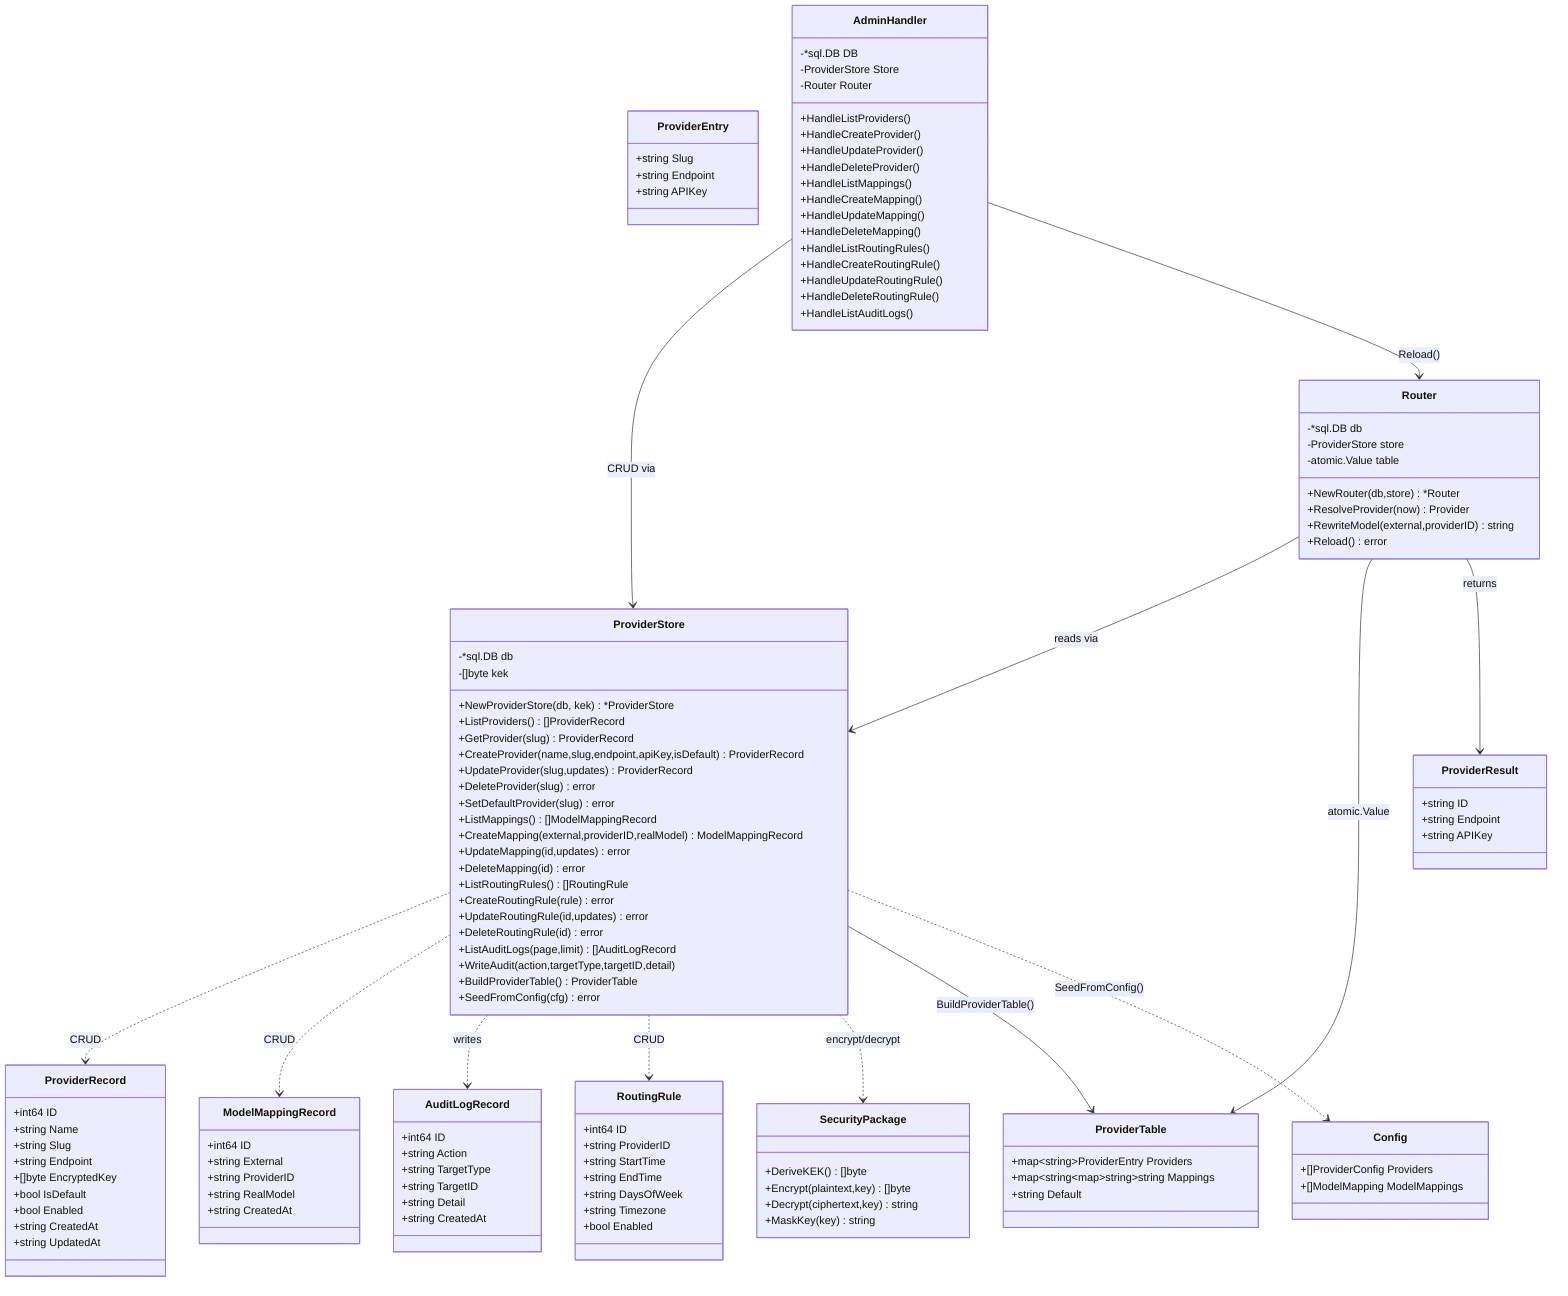
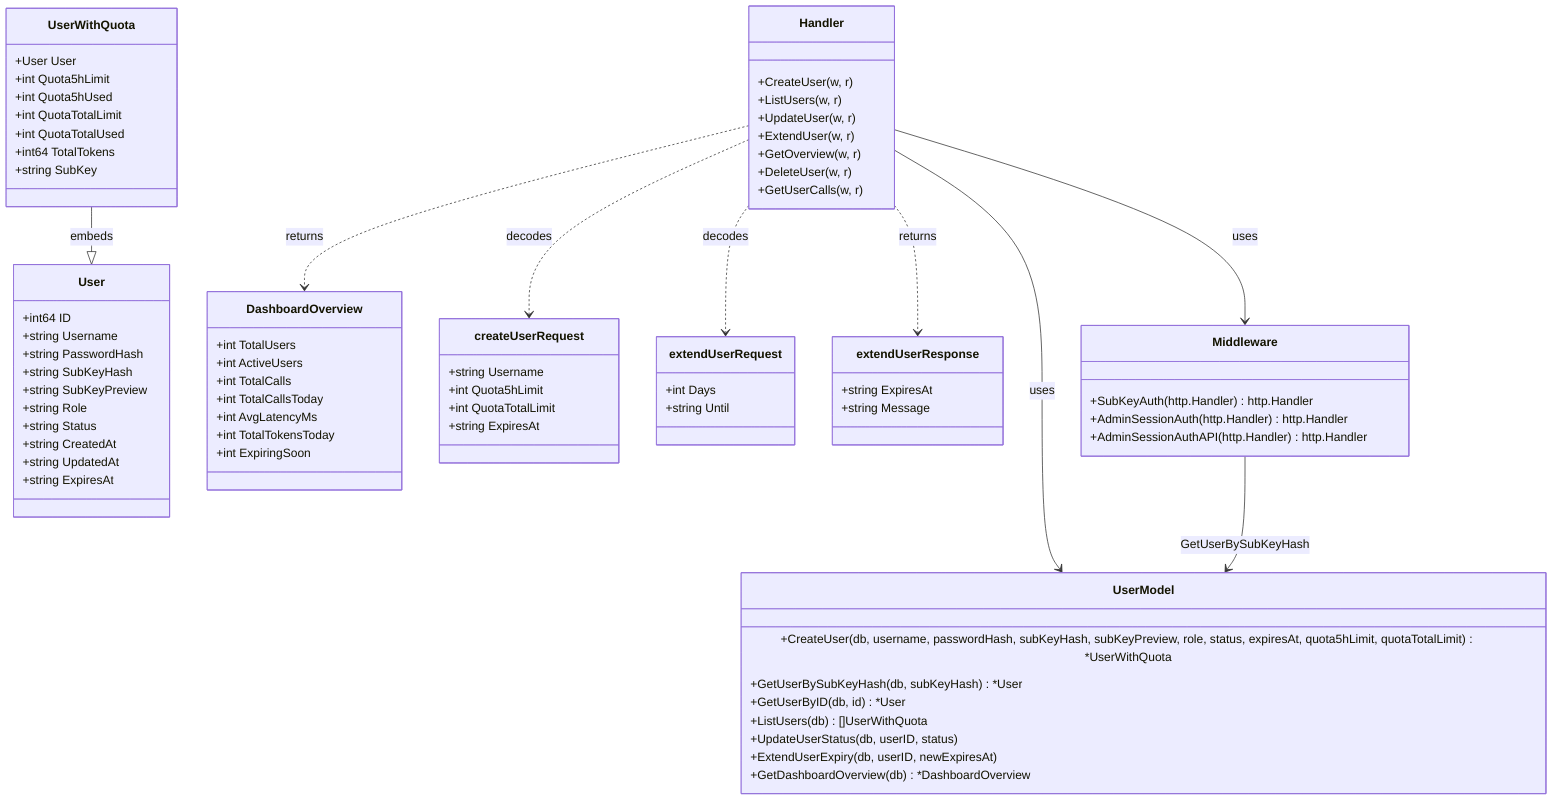
classDiagram
-     direction TB
- 
-     class ProviderRecord {
+     class User {
        +int64 ID
-         +string Name
-         +string Slug
-         +string Endpoint
-         +[]byte EncryptedKey
-         +bool IsDefault
-         +bool Enabled
+         +string Username
+         +string PasswordHash
+         +string SubKeyHash
+         +string SubKeyPreview
+         +string Role
+         +string Status
        +string CreatedAt
        +string UpdatedAt
+         +string ExpiresAt
    }

-     class ModelMappingRecord {
-         +int64 ID
-         +string External
-         +string ProviderID
-         +string RealModel
-         +string CreatedAt
+     class UserWithQuota {
+         +User User
+         +int Quota5hLimit
+         +int Quota5hUsed
+         +int QuotaTotalLimit
+         +int QuotaTotalUsed
+         +int64 TotalTokens
+         +string SubKey
    }

-     class AuditLogRecord {
-         +int64 ID
-         +string Action
-         +string TargetType
-         +string TargetID
-         +string Detail
-         +string CreatedAt
+     class DashboardOverview {
+         +int TotalUsers
+         +int ActiveUsers
+         +int TotalCalls
+         +int TotalCallsToday
+         +int AvgLatencyMs
+         +int TotalTokensToday
+         +int ExpiringSoon
    }

-     class RoutingRule {
-         +int64 ID
-         +string ProviderID
-         +string StartTime
-         +string EndTime
-         +string DaysOfWeek
-         +string Timezone
-         +bool Enabled
+     class createUserRequest {
+         +string Username
+         +int Quota5hLimit
+         +int QuotaTotalLimit
+         +string ExpiresAt
    }

-     class ProviderStore {
-         -*sql.DB db
-         -[]byte kek
-         +NewProviderStore(db, kek) *ProviderStore
-         +ListProviders() []ProviderRecord
-         +GetProvider(slug) ProviderRecord
-         +CreateProvider(name,slug,endpoint,apiKey,isDefault) ProviderRecord
-         +UpdateProvider(slug,updates) ProviderRecord
-         +DeleteProvider(slug) error
-         +SetDefaultProvider(slug) error
-         +ListMappings() []ModelMappingRecord
-         +CreateMapping(external,providerID,realModel) ModelMappingRecord
-         +UpdateMapping(id,updates) error
-         +DeleteMapping(id) error
-         +ListRoutingRules() []RoutingRule
-         +CreateRoutingRule(rule) error
-         +UpdateRoutingRule(id,updates) error
-         +DeleteRoutingRule(id) error
-         +ListAuditLogs(page,limit) []AuditLogRecord
-         +WriteAudit(action,targetType,targetID,detail)
-         +BuildProviderTable() ProviderTable
-         +SeedFromConfig(cfg) error
+     class extendUserRequest {
+         +int Days
+         +string Until
    }

-     class ProviderTable {
-         +map~string~ProviderEntry Providers
-         +map~string~map~string~string Mappings
-         +string Default
+     class extendUserResponse {
+         +string ExpiresAt
+         +string Message
    }

-     class ProviderEntry {
-         +string Slug
-         +string Endpoint
-         +string APIKey
+     class Middleware {
+         +SubKeyAuth(http.Handler) http.Handler
+         +AdminSessionAuth(http.Handler) http.Handler
+         +AdminSessionAuthAPI(http.Handler) http.Handler
    }

-     class Router {
-         -*sql.DB db
-         -ProviderStore store
-         -atomic.Value table
-         +NewRouter(db,store) *Router
-         +ResolveProvider(now) Provider
-         +RewriteModel(external,providerID) string
-         +Reload() error
+     class Handler {
+         +CreateUser(w, r)
+         +ListUsers(w, r)
+         +UpdateUser(w, r)
+         +ExtendUser(w, r)
+         +GetOverview(w, r)
+         +DeleteUser(w, r)
+         +GetUserCalls(w, r)
    }

-     class ProviderResult {
-         +string ID
-         +string Endpoint
-         +string APIKey
+     class UserModel {
+         +CreateUser(db, username, passwordHash, subKeyHash, subKeyPreview, role, status, expiresAt, quota5hLimit, quotaTotalLimit) *UserWithQuota
+         +GetUserBySubKeyHash(db, subKeyHash) *User
+         +GetUserByID(db, id) *User
+         +ListUsers(db) []UserWithQuota
+         +UpdateUserStatus(db, userID, status)
+         +ExtendUserExpiry(db, userID, newExpiresAt)
+         +GetDashboardOverview(db) *DashboardOverview
    }

-     class AdminHandler {
-         -*sql.DB DB
-         -ProviderStore Store
-         -Router Router
-         +HandleListProviders()
-         +HandleCreateProvider()
-         +HandleUpdateProvider()
-         +HandleDeleteProvider()
-         +HandleListMappings()
-         +HandleCreateMapping()
-         +HandleUpdateMapping()
-         +HandleDeleteMapping()
-         +HandleListRoutingRules()
-         +HandleCreateRoutingRule()
-         +HandleUpdateRoutingRule()
-         +HandleDeleteRoutingRule()
-         +HandleListAuditLogs()
-     }
- 
-     class SecurityPackage {
-         +DeriveKEK() []byte
-         +Encrypt(plaintext,key) []byte
-         +Decrypt(ciphertext,key) string
-         +MaskKey(key) string
-     }
- 
-     class Config {
-         +[]ProviderConfig Providers
-         +[]ModelMapping ModelMappings
-     }
- 
-     ProviderStore ..> ProviderRecord : CRUD
-     ProviderStore ..> ModelMappingRecord : CRUD
-     ProviderStore ..> AuditLogRecord : writes
-     ProviderStore ..> RoutingRule : CRUD
-     ProviderStore ..> SecurityPackage : encrypt/decrypt
-     ProviderStore --> ProviderTable : BuildProviderTable()
-     ProviderStore ..> Config : SeedFromConfig()
-     Router --> ProviderStore : reads via
-     Router --> ProviderTable : atomic.Value
-     Router --> ProviderResult : returns
-     AdminHandler --> ProviderStore : CRUD via
-     AdminHandler --> Router : Reload()
+     Handler --> UserModel : uses
+     Handler --> Middleware : uses
+     Middleware --> UserModel : GetUserBySubKeyHash
+     UserWithQuota --|> User : embeds
+     Handler ..> createUserRequest : decodes
+     Handler ..> extendUserRequest : decodes
+     Handler ..> extendUserResponse : returns
+     Handler ..> DashboardOverview : returns
